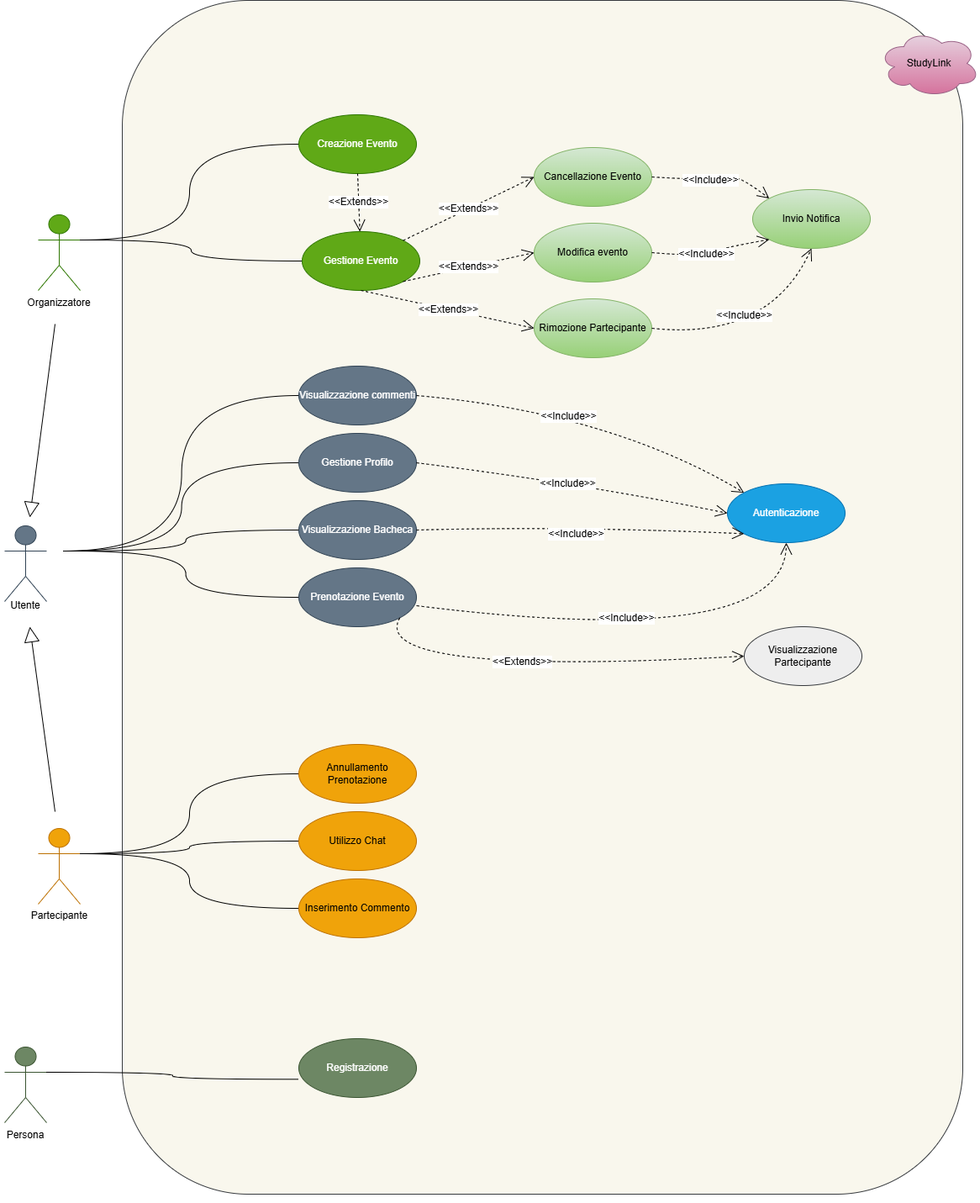
This is latex/images/modello-dei-casi-d-uso.png from federicoporpora/studyLink, a draw.io export, as it was before one commit. Source tidied: cells renumbered, new cells last; positions are measured from the earlier drawing's top-left corner, leaving out a move shared by most shapes.
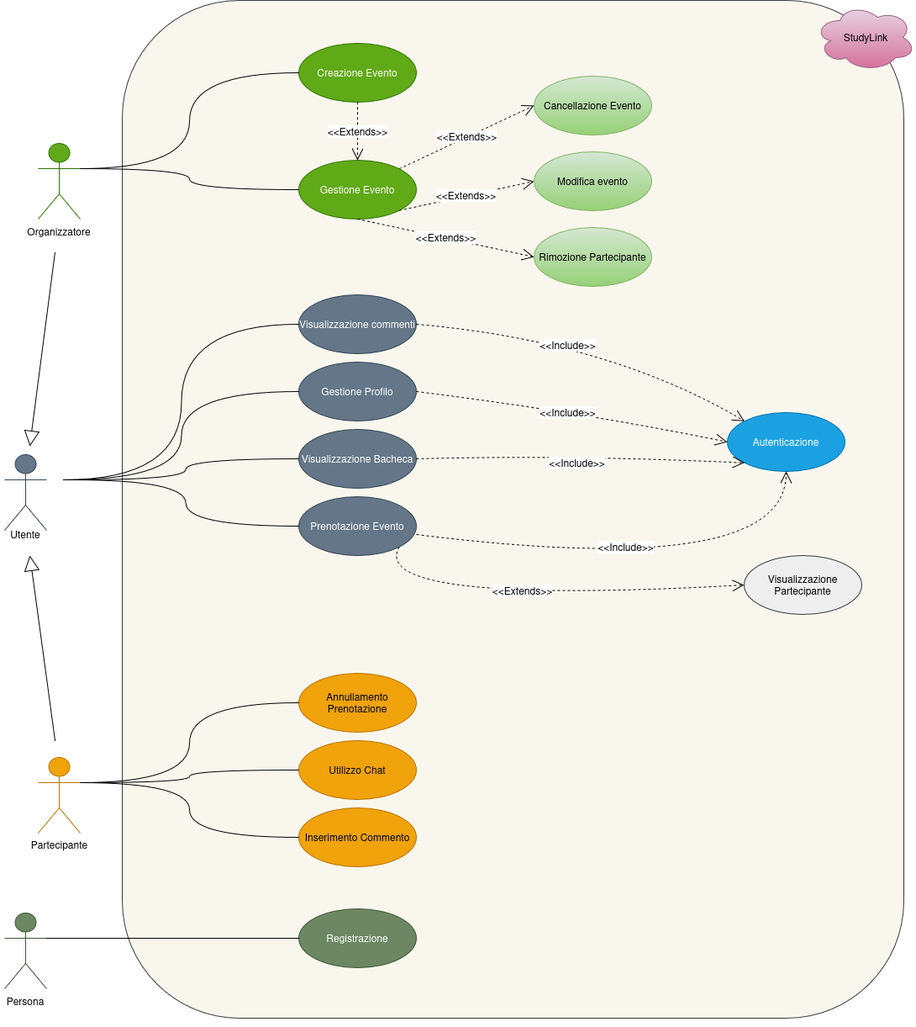
The same file after the commit.

The edit, as a diff of the source:
```diff
@@ -6,7 +6,7 @@
       <mxGeometry x="5" y="625" width="50" height="90" as="geometry" />
     </mxCell>
     <mxCell id="3" style="rounded=1;whiteSpace=wrap;html=1;fillColor=#f9f7ed;strokeColor=#36393d;" parent="1" vertex="1">
-      <mxGeometry x="145" width="1000" height="1420" as="geometry" />
+      <mxGeometry x="145" y="85" width="930" height="1210" as="geometry" />
     </mxCell>
     <mxCell id="4" style="edgeStyle=none;curved=1;rounded=0;orthogonalLoop=1;jettySize=auto;html=1;exitX=0;exitY=1;exitDx=0;exitDy=0;fontSize=12;startSize=8;endSize=8;" parent="1" edge="1" source="3" target="3">
       <mxGeometry relative="1" as="geometry" />
@@ -51,7 +51,7 @@
       <mxGeometry x="355" y="136" width="140" height="70" as="geometry" />
     </mxCell>
     <mxCell id="15" value="Gestione Evento" style="ellipse;whiteSpace=wrap;html=1;fillColor=#60a917;fontColor=#ffffff;strokeColor=#2D7600;" parent="1" vertex="1">
-      <mxGeometry x="359" y="275" width="140" height="70" as="geometry" />
+      <mxGeometry x="355" y="275" width="140" height="70" as="geometry" />
     </mxCell>
     <mxCell id="16" value="Rimozione Partecipante" style="ellipse;whiteSpace=wrap;html=1;fillColor=#d5e8d4;strokeColor=#82b366;gradientColor=#97d077;" parent="1" vertex="1">
       <mxGeometry x="635" y="355" width="140" height="70" as="geometry" />
@@ -80,9 +80,6 @@
     <mxCell id="24" style="endArrow=none;html=1;edgeStyle=orthogonalEdgeStyle;rounded=0;fontSize=12;startSize=8;endSize=8;curved=1;entryX=0;entryY=0.5;entryDx=0;entryDy=0;exitX=1;exitY=0.3333333333333333;exitDx=0;exitDy=0;exitPerimeter=0;" parent="1" edge="1" source="6" target="20">
       <mxGeometry relative="1" as="geometry" />
     </mxCell>
-    <mxCell id="25" value="Invio Notifica" style="ellipse;whiteSpace=wrap;html=1;fillColor=#d5e8d4;strokeColor=#82b366;gradientColor=#97d077;" parent="1" vertex="1">
-      <mxGeometry x="895" y="225" width="140" height="70" as="geometry" />
-    </mxCell>
     <mxCell id="26" value="Autenticazione" style="ellipse;whiteSpace=wrap;html=1;fillColor=#1ba1e2;strokeColor=#006EAF;fontColor=#ffffff;" parent="1" vertex="1">
       <mxGeometry x="865" y="575" width="140" height="70" as="geometry" />
     </mxCell>
@@ -110,12 +107,12 @@
       </mxGeometry>
     </mxCell>
     <mxCell id="30" value="Persona" style="shape=umlActor;verticalLabelPosition=bottom;verticalAlign=top;html=1;outlineConnect=0;fillColor=#6d8764;fontColor=#ffffff;strokeColor=#3A5431;" parent="1" vertex="1">
-      <mxGeometry x="5" y="1245" width="50" height="90" as="geometry" />
+      <mxGeometry x="5" y="1170" width="50" height="90" as="geometry" />
     </mxCell>
     <mxCell id="31" value="Registrazione" style="ellipse;whiteSpace=wrap;html=1;fillColor=#6d8764;fontColor=#ffffff;strokeColor=#3A5431;" parent="1" vertex="1">
-      <mxGeometry x="355" y="1235" width="140" height="70" as="geometry" />
+      <mxGeometry x="355" y="1165" width="140" height="70" as="geometry" />
     </mxCell>
-    <mxCell id="32" style="endArrow=none;html=1;edgeStyle=orthogonalEdgeStyle;rounded=0;fontSize=12;startSize=8;endSize=8;curved=1;entryX=-0.003;entryY=0.69;entryDx=0;entryDy=0;exitX=1;exitY=0.3333333333333333;exitDx=0;exitDy=0;exitPerimeter=0;entryPerimeter=0;" parent="1" edge="1" source="30" target="31">
+    <mxCell id="32" style="endArrow=none;html=1;edgeStyle=orthogonalEdgeStyle;rounded=0;fontSize=12;startSize=8;endSize=8;curved=1;exitX=1;exitY=0.3333333333333333;exitDx=0;exitDy=0;exitPerimeter=0;" parent="1" edge="1" source="30" target="31">
       <mxGeometry relative="1" as="geometry" />
     </mxCell>
     <mxCell id="33" style="endArrow=block;endSize=16;endFill=0;html=1;rounded=0;fontSize=12;curved=1;" parent="1" edge="1">
@@ -142,27 +139,11 @@
     <mxCell id="38" value="&amp;lt;&amp;lt;Extends&amp;gt;&amp;gt;" style="endArrow=open;endSize=12;dashed=1;html=1;rounded=0;fontSize=12;curved=1;exitX=1;exitY=0;exitDx=0;exitDy=0;entryX=0;entryY=0.5;entryDx=0;entryDy=0;" parent="1" edge="1" source="15" target="35">
       <mxGeometry relative="1" as="geometry" />
     </mxCell>
-    <mxCell id="39" value="&amp;lt;&amp;lt;Include&amp;gt;&amp;gt;" style="endArrow=open;endSize=12;dashed=1;html=1;rounded=0;fontSize=12;curved=1;entryX=0;entryY=1;entryDx=0;entryDy=0;exitX=1;exitY=0.5;exitDx=0;exitDy=0;" parent="1" edge="1" source="36" target="25">
-      <mxGeometry x="-0.07" relative="1" as="geometry">
-        <Array as="points">
-          <mxPoint x="835" y="305" />
-          <mxPoint x="855" y="295" />
-        </Array>
-      </mxGeometry>
-    </mxCell>
-    <mxCell id="40" value="&amp;lt;&amp;lt;Include&amp;gt;&amp;gt;" style="endArrow=open;endSize=12;dashed=1;html=1;rounded=0;fontSize=12;curved=1;entryX=0;entryY=0;entryDx=0;entryDy=0;exitX=1;exitY=0.5;exitDx=0;exitDy=0;" parent="1" edge="1" source="35" target="25">
-      <mxGeometry x="-0.07" relative="1" as="geometry">
-        <Array as="points">
-          <mxPoint x="855" y="215" />
-          <mxPoint x="875" y="205" />
-        </Array>
-      </mxGeometry>
-    </mxCell>
     <mxCell id="41" style="ellipse;shape=cloud;whiteSpace=wrap;html=1;fillColor=#e6d0de;gradientColor=#d5739d;strokeColor=#996185;" parent="1" vertex="1">
-      <mxGeometry x="1045" y="35" width="120" height="80" as="geometry" />
+      <mxGeometry x="969" y="89" width="120" height="80" as="geometry" />
     </mxCell>
     <mxCell id="42" value="StudyLink" style="text;html=1;whiteSpace=wrap;strokeColor=none;fillColor=none;align=center;verticalAlign=middle;rounded=0;" parent="1" vertex="1">
-      <mxGeometry x="1055" y="50" width="100" height="50" as="geometry" />
+      <mxGeometry x="980" y="104" width="100" height="50" as="geometry" />
     </mxCell>
     <mxCell id="43" value="Organizzatore" style="text;html=1;whiteSpace=wrap;strokeColor=none;fillColor=none;align=center;verticalAlign=middle;rounded=0;" parent="1" vertex="1">
       <mxGeometry x="40" y="345" width="60" height="30" as="geometry" />
@@ -171,7 +152,7 @@
       <mxGeometry y="705" width="60" height="30" as="geometry" />
     </mxCell>
     <mxCell id="45" value="Persona" style="text;html=1;whiteSpace=wrap;strokeColor=none;fillColor=none;align=center;verticalAlign=middle;rounded=0;" parent="1" vertex="1">
-      <mxGeometry y="1335" width="60" height="30" as="geometry" />
+      <mxGeometry y="1260" width="60" height="30" as="geometry" />
     </mxCell>
     <mxCell id="46" value="Visualizzazione commenti" style="ellipse;whiteSpace=wrap;html=1;fillColor=#647687;fontColor=#ffffff;strokeColor=#314354;" parent="1" vertex="1">
       <mxGeometry x="355" y="435" width="140" height="70" as="geometry" />
@@ -194,13 +175,6 @@
     <mxCell id="50" value="&amp;lt;&amp;lt;Extends&amp;gt;&amp;gt;" style="endArrow=open;endSize=12;dashed=1;html=1;rounded=0;fontSize=12;curved=1;exitX=0.5;exitY=1;exitDx=0;exitDy=0;" parent="1" edge="1" source="14" target="15">
       <mxGeometry relative="1" as="geometry" />
     </mxCell>
-    <mxCell id="51" value="&amp;lt;&amp;lt;Include&amp;gt;&amp;gt;" style="endArrow=open;endSize=12;dashed=1;html=1;rounded=0;fontSize=12;curved=1;exitX=1;exitY=0.5;exitDx=0;exitDy=0;entryX=0.5;entryY=1;entryDx=0;entryDy=0;" parent="1" edge="1" source="16" target="25">
-      <mxGeometry x="-0.18" y="27" relative="1" as="geometry">
-        <Array as="points">
-          <mxPoint x="915" y="405" />
-        </Array>
-      </mxGeometry>
-    </mxCell>
     <mxCell id="52" value="Visualizzazione Partecipante" style="ellipse;whiteSpace=wrap;html=1;fillColor=#eeeeee;strokeColor=#36393d;" parent="1" vertex="1">
       <mxGeometry x="885" y="745" width="140" height="70" as="geometry" />
     </mxCell>
```
